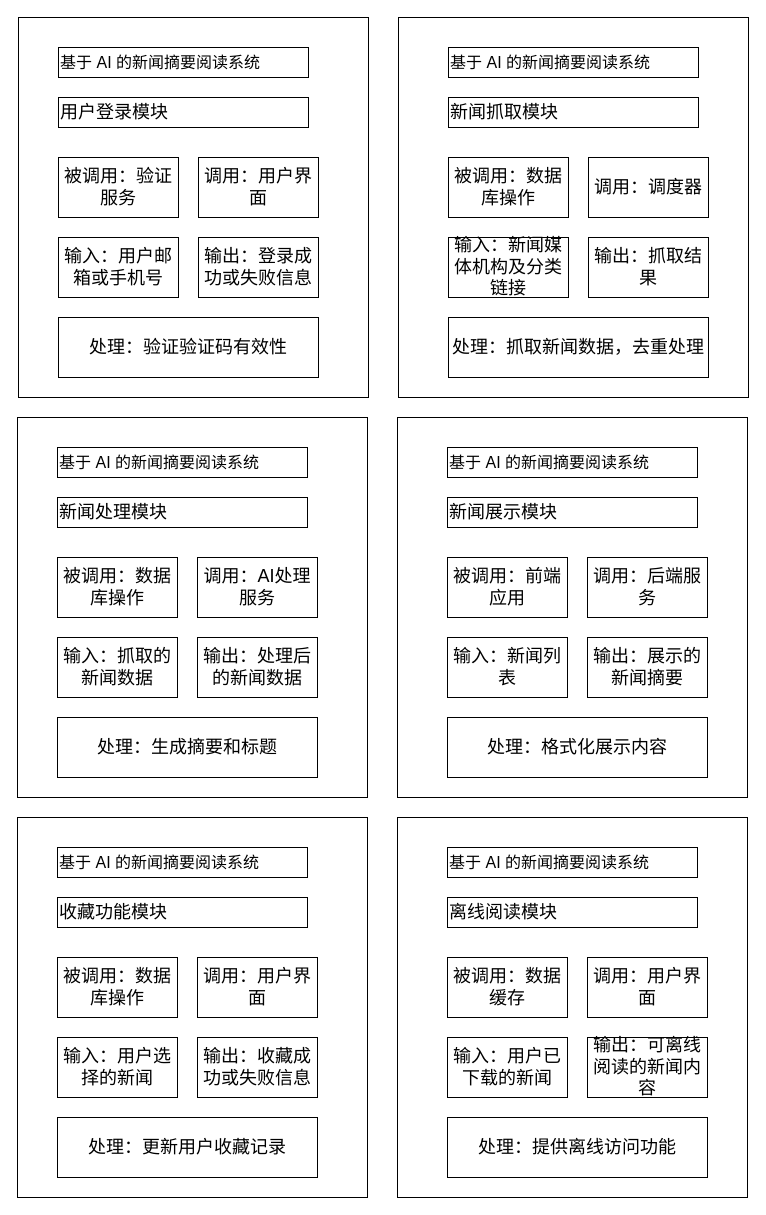
Above: draw.io/IPO图.drawio in lijc210/app_storage (draw.io), before the change. Source tidied: cells renumbered, new cells numbered last; positions are measured from the earlier drawing's top-left corner, leaving out a move shared by most shapes. Both pictures are drawn from the tidied source at 100%, with x=0, y=0 at pixel (17, 17).
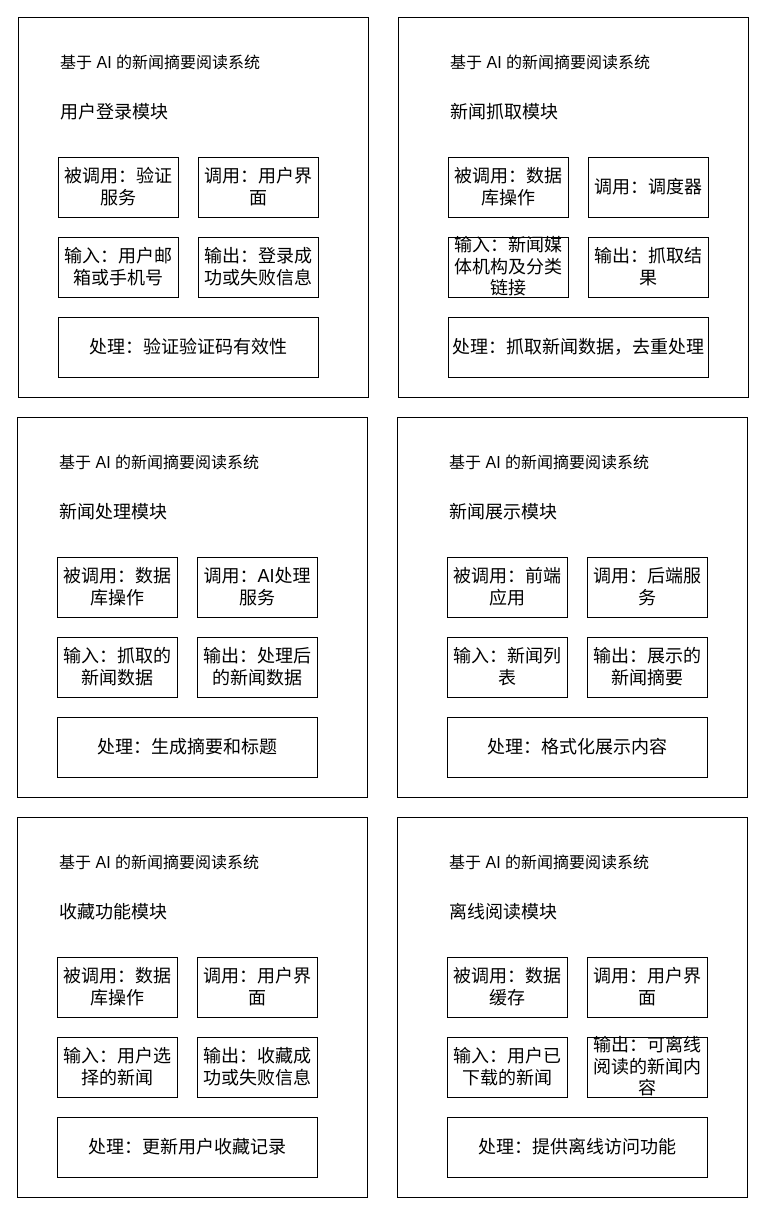
Above is the later version.

What changed in the source:
```diff
@@
-    <mxCell id="3" value="&lt;p class=&quot;MsoNormal&quot; style=&quot;margin: 0pt 0pt 0.0001pt; font-family: 等线; font-size: 10.5pt;&quot;&gt;&lt;span style=&quot;font-family: 宋体; font-size: 12pt;&quot;&gt;&lt;font face=&quot;宋体&quot;&gt;基于&lt;/font&gt; AI 的新闻摘要&lt;/span&gt;&lt;span style=&quot;font-family: 宋体; font-size: 12pt;&quot;&gt;阅读&lt;/span&gt;&lt;span style=&quot;font-family: 宋体; font-size: 12pt;&quot;&gt;系统&lt;/span&gt;&lt;/p&gt;" style="rounded=0;whiteSpace=wrap;html=1;fontSize=18;align=left;" parent="1" vertex="1">
+    <mxCell id="3" value="&lt;p class=&quot;MsoNormal&quot; style=&quot;margin: 0pt 0pt 0.0001pt; font-family: 等线; font-size: 10.5pt;&quot;&gt;&lt;span style=&quot;font-family: 宋体; font-size: 12pt;&quot;&gt;&lt;font face=&quot;宋体&quot;&gt;基于&lt;/font&gt; AI 的新闻摘要&lt;/span&gt;&lt;span style=&quot;font-family: 宋体; font-size: 12pt;&quot;&gt;阅读&lt;/span&gt;&lt;span style=&quot;font-family: 宋体; font-size: 12pt;&quot;&gt;系统&lt;/span&gt;&lt;/p&gt;" style="rounded=0;whiteSpace=wrap;html=1;fontSize=18;align=left;strokeColor=none;" parent="1" vertex="1">
       <mxGeometry x="41" y="30" width="250" height="30" as="geometry" />
     </mxCell>
-    <mxCell id="4" value="用户登录模块" style="rounded=0;whiteSpace=wrap;html=1;fontSize=18;align=left;" parent="1" vertex="1">
+    <mxCell id="4" value="用户登录模块" style="rounded=0;whiteSpace=wrap;html=1;fontSize=18;align=left;strokeColor=none;" parent="1" vertex="1">
       <mxGeometry x="41" y="80" width="250" height="30" as="geometry" />
     </mxCell>
@@
-    <mxCell id="11" value="&lt;p class=&quot;MsoNormal&quot; style=&quot;margin: 0pt 0pt 0.0001pt; font-family: 等线; font-size: 10.5pt;&quot;&gt;&lt;span style=&quot;font-family: 宋体; font-size: 12pt;&quot;&gt;&lt;font face=&quot;宋体&quot;&gt;基于&lt;/font&gt; AI 的新闻摘要&lt;/span&gt;&lt;span style=&quot;font-family: 宋体; font-size: 12pt;&quot;&gt;阅读&lt;/span&gt;&lt;span style=&quot;font-family: 宋体; font-size: 12pt;&quot;&gt;系统&lt;/span&gt;&lt;/p&gt;" style="rounded=0;whiteSpace=wrap;html=1;fontSize=18;align=left;" parent="1" vertex="1">
+    <mxCell id="11" value="&lt;p class=&quot;MsoNormal&quot; style=&quot;margin: 0pt 0pt 0.0001pt; font-family: 等线; font-size: 10.5pt;&quot;&gt;&lt;span style=&quot;font-family: 宋体; font-size: 12pt;&quot;&gt;&lt;font face=&quot;宋体&quot;&gt;基于&lt;/font&gt; AI 的新闻摘要&lt;/span&gt;&lt;span style=&quot;font-family: 宋体; font-size: 12pt;&quot;&gt;阅读&lt;/span&gt;&lt;span style=&quot;font-family: 宋体; font-size: 12pt;&quot;&gt;系统&lt;/span&gt;&lt;/p&gt;" style="rounded=0;whiteSpace=wrap;html=1;fontSize=18;align=left;strokeColor=none;" parent="1" vertex="1">
       <mxGeometry x="431" y="30" width="250" height="30" as="geometry" />
     </mxCell>
-    <mxCell id="12" value="新闻抓取模块" style="rounded=0;whiteSpace=wrap;html=1;fontSize=18;align=left;" parent="1" vertex="1">
+    <mxCell id="12" value="新闻抓取模块" style="rounded=0;whiteSpace=wrap;html=1;fontSize=18;align=left;strokeColor=none;" parent="1" vertex="1">
       <mxGeometry x="431" y="80" width="250" height="30" as="geometry" />
     </mxCell>
@@
-    <mxCell id="19" value="&lt;p class=&quot;MsoNormal&quot; style=&quot;margin: 0pt 0pt 0.0001pt; font-family: 等线; font-size: 10.5pt;&quot;&gt;&lt;span style=&quot;font-family: 宋体; font-size: 12pt;&quot;&gt;&lt;font face=&quot;宋体&quot;&gt;基于&lt;/font&gt; AI 的新闻摘要&lt;/span&gt;&lt;span style=&quot;font-family: 宋体; font-size: 12pt;&quot;&gt;阅读&lt;/span&gt;&lt;span style=&quot;font-family: 宋体; font-size: 12pt;&quot;&gt;系统&lt;/span&gt;&lt;/p&gt;" style="rounded=0;whiteSpace=wrap;html=1;fontSize=18;align=left;" parent="1" vertex="1">
+    <mxCell id="19" value="&lt;p class=&quot;MsoNormal&quot; style=&quot;margin: 0pt 0pt 0.0001pt; font-family: 等线; font-size: 10.5pt;&quot;&gt;&lt;span style=&quot;font-family: 宋体; font-size: 12pt;&quot;&gt;&lt;font face=&quot;宋体&quot;&gt;基于&lt;/font&gt; AI 的新闻摘要&lt;/span&gt;&lt;span style=&quot;font-family: 宋体; font-size: 12pt;&quot;&gt;阅读&lt;/span&gt;&lt;span style=&quot;font-family: 宋体; font-size: 12pt;&quot;&gt;系统&lt;/span&gt;&lt;/p&gt;" style="rounded=0;whiteSpace=wrap;html=1;fontSize=18;align=left;strokeColor=none;" parent="1" vertex="1">
       <mxGeometry x="40" y="430" width="250" height="30" as="geometry" />
     </mxCell>
-    <mxCell id="20" value="新闻处理模块" style="rounded=0;whiteSpace=wrap;html=1;fontSize=18;align=left;" parent="1" vertex="1">
+    <mxCell id="20" value="新闻处理模块" style="rounded=0;whiteSpace=wrap;html=1;fontSize=18;align=left;strokeColor=none;" parent="1" vertex="1">
       <mxGeometry x="40" y="480" width="250" height="30" as="geometry" />
     </mxCell>
@@
-    <mxCell id="27" value="&lt;p class=&quot;MsoNormal&quot; style=&quot;margin: 0pt 0pt 0.0001pt; font-family: 等线; font-size: 10.5pt;&quot;&gt;&lt;span style=&quot;font-family: 宋体; font-size: 12pt;&quot;&gt;&lt;font face=&quot;宋体&quot;&gt;基于&lt;/font&gt; AI 的新闻摘要&lt;/span&gt;&lt;span style=&quot;font-family: 宋体; font-size: 12pt;&quot;&gt;阅读&lt;/span&gt;&lt;span style=&quot;font-family: 宋体; font-size: 12pt;&quot;&gt;系统&lt;/span&gt;&lt;/p&gt;" style="rounded=0;whiteSpace=wrap;html=1;fontSize=18;align=left;" parent="1" vertex="1">
+    <mxCell id="27" value="&lt;p class=&quot;MsoNormal&quot; style=&quot;margin: 0pt 0pt 0.0001pt; font-family: 等线; font-size: 10.5pt;&quot;&gt;&lt;span style=&quot;font-family: 宋体; font-size: 12pt;&quot;&gt;&lt;font face=&quot;宋体&quot;&gt;基于&lt;/font&gt; AI 的新闻摘要&lt;/span&gt;&lt;span style=&quot;font-family: 宋体; font-size: 12pt;&quot;&gt;阅读&lt;/span&gt;&lt;span style=&quot;font-family: 宋体; font-size: 12pt;&quot;&gt;系统&lt;/span&gt;&lt;/p&gt;" style="rounded=0;whiteSpace=wrap;html=1;fontSize=18;align=left;strokeColor=none;" parent="1" vertex="1">
       <mxGeometry x="430" y="430" width="250" height="30" as="geometry" />
     </mxCell>
-    <mxCell id="28" value="新闻展示模块" style="rounded=0;whiteSpace=wrap;html=1;fontSize=18;align=left;" parent="1" vertex="1">
+    <mxCell id="28" value="新闻展示模块" style="rounded=0;whiteSpace=wrap;html=1;fontSize=18;align=left;strokeColor=none;" parent="1" vertex="1">
       <mxGeometry x="430" y="480" width="250" height="30" as="geometry" />
     </mxCell>
@@
-    <mxCell id="35" value="&lt;p class=&quot;MsoNormal&quot; style=&quot;margin: 0pt 0pt 0.0001pt; font-family: 等线; font-size: 10.5pt;&quot;&gt;&lt;span style=&quot;font-family: 宋体; font-size: 12pt;&quot;&gt;&lt;font face=&quot;宋体&quot;&gt;基于&lt;/font&gt; AI 的新闻摘要&lt;/span&gt;&lt;span style=&quot;font-family: 宋体; font-size: 12pt;&quot;&gt;阅读&lt;/span&gt;&lt;span style=&quot;font-family: 宋体; font-size: 12pt;&quot;&gt;系统&lt;/span&gt;&lt;/p&gt;" style="rounded=0;whiteSpace=wrap;html=1;fontSize=18;align=left;" parent="1" vertex="1">
+    <mxCell id="35" value="&lt;p class=&quot;MsoNormal&quot; style=&quot;margin: 0pt 0pt 0.0001pt; font-family: 等线; font-size: 10.5pt;&quot;&gt;&lt;span style=&quot;font-family: 宋体; font-size: 12pt;&quot;&gt;&lt;font face=&quot;宋体&quot;&gt;基于&lt;/font&gt; AI 的新闻摘要&lt;/span&gt;&lt;span style=&quot;font-family: 宋体; font-size: 12pt;&quot;&gt;阅读&lt;/span&gt;&lt;span style=&quot;font-family: 宋体; font-size: 12pt;&quot;&gt;系统&lt;/span&gt;&lt;/p&gt;" style="rounded=0;whiteSpace=wrap;html=1;fontSize=18;align=left;strokeColor=none;" parent="1" vertex="1">
       <mxGeometry x="40" y="830" width="250" height="30" as="geometry" />
     </mxCell>
-    <mxCell id="36" value="收藏功能模块" style="rounded=0;whiteSpace=wrap;html=1;fontSize=18;align=left;" parent="1" vertex="1">
+    <mxCell id="36" value="收藏功能模块" style="rounded=0;whiteSpace=wrap;html=1;fontSize=18;align=left;strokeColor=none;" parent="1" vertex="1">
       <mxGeometry x="40" y="880" width="250" height="30" as="geometry" />
     </mxCell>
@@
-    <mxCell id="43" value="&lt;p class=&quot;MsoNormal&quot; style=&quot;margin: 0pt 0pt 0.0001pt; font-family: 等线; font-size: 10.5pt;&quot;&gt;&lt;span style=&quot;font-family: 宋体; font-size: 12pt;&quot;&gt;&lt;font face=&quot;宋体&quot;&gt;基于&lt;/font&gt; AI 的新闻摘要&lt;/span&gt;&lt;span style=&quot;font-family: 宋体; font-size: 12pt;&quot;&gt;阅读&lt;/span&gt;&lt;span style=&quot;font-family: 宋体; font-size: 12pt;&quot;&gt;系统&lt;/span&gt;&lt;/p&gt;" style="rounded=0;whiteSpace=wrap;html=1;fontSize=18;align=left;" parent="1" vertex="1">
+    <mxCell id="43" value="&lt;p class=&quot;MsoNormal&quot; style=&quot;margin: 0pt 0pt 0.0001pt; font-family: 等线; font-size: 10.5pt;&quot;&gt;&lt;span style=&quot;font-family: 宋体; font-size: 12pt;&quot;&gt;&lt;font face=&quot;宋体&quot;&gt;基于&lt;/font&gt; AI 的新闻摘要&lt;/span&gt;&lt;span style=&quot;font-family: 宋体; font-size: 12pt;&quot;&gt;阅读&lt;/span&gt;&lt;span style=&quot;font-family: 宋体; font-size: 12pt;&quot;&gt;系统&lt;/span&gt;&lt;/p&gt;" style="rounded=0;whiteSpace=wrap;html=1;fontSize=18;align=left;strokeColor=none;" parent="1" vertex="1">
       <mxGeometry x="430" y="830" width="250" height="30" as="geometry" />
     </mxCell>
-    <mxCell id="44" value="离线阅读模块" style="rounded=0;whiteSpace=wrap;html=1;fontSize=18;align=left;" parent="1" vertex="1">
+    <mxCell id="44" value="离线阅读模块" style="rounded=0;whiteSpace=wrap;html=1;fontSize=18;align=left;strokeColor=none;" parent="1" vertex="1">
       <mxGeometry x="430" y="880" width="250" height="30" as="geometry" />
     </mxCell>
```
